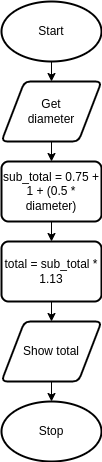
Before: drawio/flowchart/flowchart.png, a diagram exported from draw.io (Aidan-Lalonde-Novales/ICS3U-Unit3-02-Python). Source tidied: cells renumbered, new cells last; positions are measured from the earlier drawing's top-left corner, leaving out a move shared by most shapes.
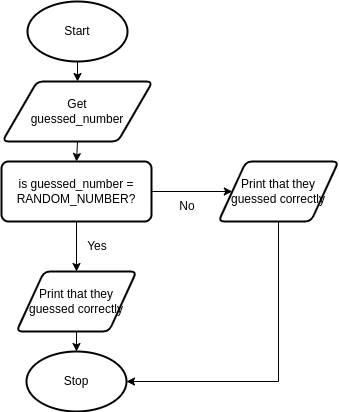
After the change.

The edit, as a diff of the source:
```diff
@@ -11,29 +11,42 @@
     <mxCell id="4" style="edgeStyle=none;html=1;exitX=0.5;exitY=1;exitDx=0;exitDy=0;entryX=0.5;entryY=0;entryDx=0;entryDy=0;" parent="1" edge="1" source="5" target="7">
       <mxGeometry relative="1" as="geometry" />
     </mxCell>
-    <mxCell id="5" value="Get&lt;br&gt;diameter" style="shape=parallelogram;html=1;strokeWidth=2;perimeter=parallelogramPerimeter;whiteSpace=wrap;rounded=1;arcSize=12;size=0.23;" parent="1" vertex="1">
-      <mxGeometry y="80" width="100" height="60" as="geometry" />
+    <mxCell id="5" value="Get&lt;br&gt;guessed_number" style="shape=parallelogram;html=1;strokeWidth=2;perimeter=parallelogramPerimeter;whiteSpace=wrap;rounded=1;arcSize=12;size=0.23;" parent="1" vertex="1">
+      <mxGeometry x="-25" y="80" width="150" height="60" as="geometry" />
     </mxCell>
-    <mxCell id="6" style="edgeStyle=none;html=1;exitX=0.5;exitY=1;exitDx=0;exitDy=0;entryX=0.5;entryY=0;entryDx=0;entryDy=0;" parent="1" edge="1" source="7" target="9">
-      <mxGeometry relative="1" as="geometry" />
-    </mxCell>
+    <mxCell id="13" style="edgeStyle=none;html=1;exitX=0.5;exitY=1;exitDx=0;exitDy=0;entryX=0.5;entryY=0;entryDx=0;entryDy=0;" parent="1" edge="1" source="7" target="11">
+      <mxGeometry relative="1" as="geometry" />
+    </mxCell>
+    <mxCell id="14" style="edgeStyle=none;html=1;exitX=1;exitY=0.5;exitDx=0;exitDy=0;entryX=0;entryY=0.5;entryDx=0;entryDy=0;" parent="1" edge="1" source="7" target="17">
+      <mxGeometry relative="1" as="geometry" />
+    </mxCell>
-    <mxCell id="7" value="sub_total = 0.75 + 1 + (0.5 * diameter)" style="rounded=1;whiteSpace=wrap;html=1;absoluteArcSize=1;arcSize=14;strokeWidth=2;" parent="1" vertex="1">
-      <mxGeometry y="160" width="100" height="60" as="geometry" />
+    <mxCell id="7" value="is guessed_number = RANDOM_NUMBER?" style="rounded=1;whiteSpace=wrap;html=1;absoluteArcSize=1;arcSize=14;strokeWidth=2;" parent="1" vertex="1">
+      <mxGeometry x="-26" y="160" width="150" height="60" as="geometry" />
     </mxCell>
-    <mxCell id="8" style="edgeStyle=none;html=1;exitX=0.5;exitY=1;exitDx=0;exitDy=0;entryX=0.5;entryY=0;entryDx=0;entryDy=0;" parent="1" edge="1" source="9" target="11">
-      <mxGeometry relative="1" as="geometry" />
-    </mxCell>
-    <mxCell id="9" value="total = sub_total * 1.13" style="rounded=1;whiteSpace=wrap;html=1;absoluteArcSize=1;arcSize=14;strokeWidth=2;" parent="1" vertex="1">
-      <mxGeometry y="240" width="100" height="60" as="geometry" />
-    </mxCell>
     <mxCell id="10" style="edgeStyle=none;html=1;exitX=0.5;exitY=1;exitDx=0;exitDy=0;entryX=0.5;entryY=0;entryDx=0;entryDy=0;entryPerimeter=0;" parent="1" edge="1" source="11" target="12">
       <mxGeometry relative="1" as="geometry" />
     </mxCell>
-    <mxCell id="11" value="Show total" style="shape=parallelogram;html=1;strokeWidth=2;perimeter=parallelogramPerimeter;whiteSpace=wrap;rounded=1;arcSize=12;size=0.23;" parent="1" vertex="1">
-      <mxGeometry y="320" width="100" height="60" as="geometry" />
+    <mxCell id="11" value="Print that they guessed correctly" style="shape=parallelogram;html=1;strokeWidth=2;perimeter=parallelogramPerimeter;whiteSpace=wrap;rounded=1;arcSize=12;size=0.23;" parent="1" vertex="1">
+      <mxGeometry x="-11" y="270" width="120" height="60" as="geometry" />
     </mxCell>
     <mxCell id="12" value="Stop" style="strokeWidth=2;html=1;shape=mxgraph.flowchart.start_1;whiteSpace=wrap;" parent="1" vertex="1">
-      <mxGeometry y="400" width="100" height="60" as="geometry" />
+      <mxGeometry x="-1" y="350" width="100" height="60" as="geometry" />
     </mxCell>
+    <mxCell id="15" value="Yes" style="text;html=1;strokeColor=none;fillColor=none;align=center;verticalAlign=middle;whiteSpace=wrap;rounded=0;" parent="1" vertex="1">
+      <mxGeometry x="50" y="230" width="40" height="30" as="geometry" />
+    </mxCell>
+    <mxCell id="16" style="edgeStyle=none;html=1;exitX=0.5;exitY=1;exitDx=0;exitDy=0;entryX=1;entryY=0.5;entryDx=0;entryDy=0;entryPerimeter=0;rounded=0;" parent="1" edge="1" source="17" target="12">
+      <mxGeometry relative="1" as="geometry">
+        <Array as="points">
+          <mxPoint x="251" y="380" />
+        </Array>
+      </mxGeometry>
+    </mxCell>
+    <mxCell id="17" value="Print that they guessed correctly" style="shape=parallelogram;html=1;strokeWidth=2;perimeter=parallelogramPerimeter;whiteSpace=wrap;rounded=1;arcSize=12;size=0.23;" parent="1" vertex="1">
+      <mxGeometry x="191" y="160" width="120" height="60" as="geometry" />
+    </mxCell>
+    <mxCell id="18" value="No" style="text;html=1;strokeColor=none;fillColor=none;align=center;verticalAlign=middle;whiteSpace=wrap;rounded=0;" parent="1" vertex="1">
+      <mxGeometry x="140" y="190" width="40" height="30" as="geometry" />
+    </mxCell>
   </root>
 </mxGraphModel>
```
